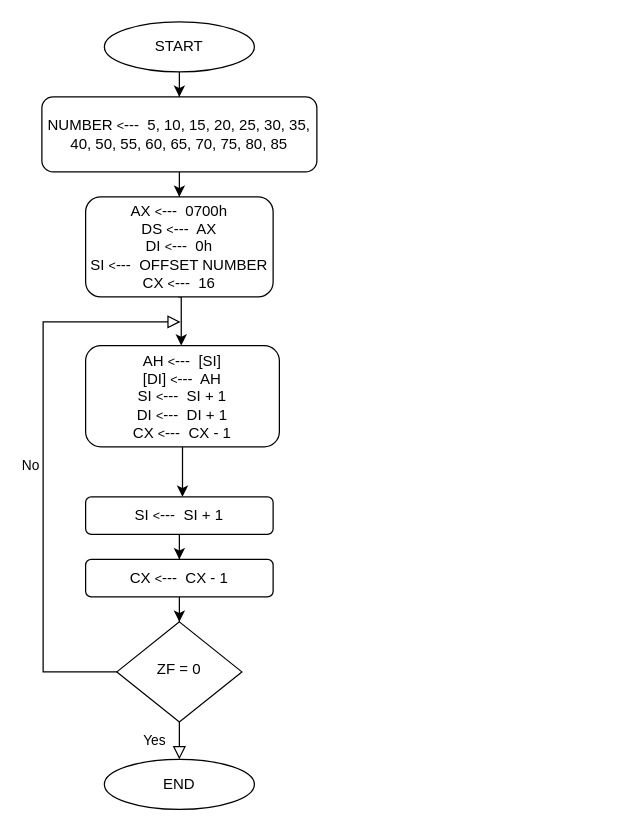
Above: micro4.drawio in mmuurraatt/My-Projects-On-Github (draw.io), before the change. Source tidied: cells renumbered, new cells numbered last; positions are measured from the earlier drawing's top-left corner, leaving out a move shared by most shapes. Both pictures are drawn from the tidied source at 125%, with x=0, y=0 at pixel (41, 21).
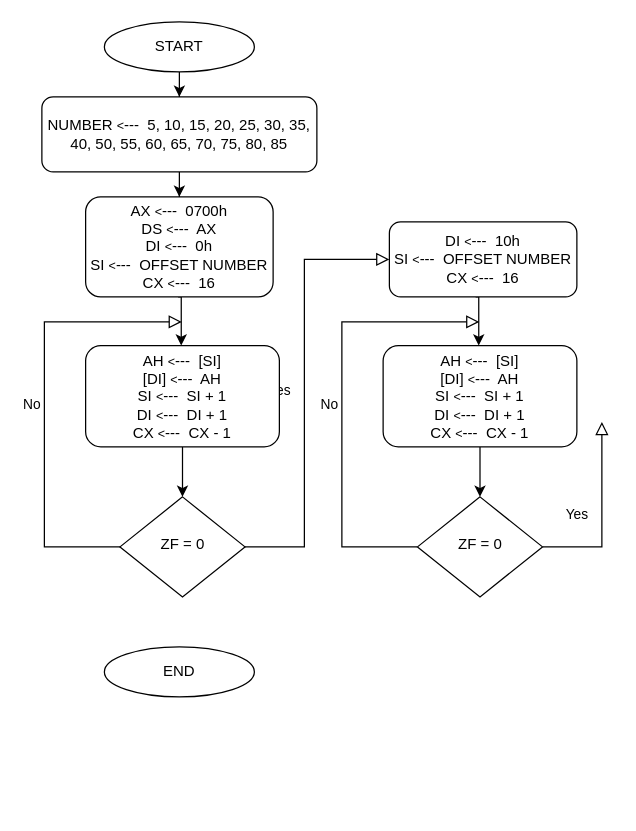
The same page after the edit.

The change refers to these unchanged cells:
```xml
<mxCell id="13" value="AH&amp;nbsp;&lt;font size=&quot;1&quot;&gt;&amp;lt;&lt;/font&gt;---&amp;nbsp; [SI]&lt;br&gt;[DI]&amp;nbsp;&lt;font style=&quot;font-size: 10px&quot;&gt;&amp;lt;&lt;/font&gt;&lt;font style=&quot;font-size: 12px&quot;&gt;---&lt;/font&gt;&amp;nbsp; AH&lt;br&gt;SI&amp;nbsp;&lt;font size=&quot;1&quot;&gt;&amp;lt;&lt;/font&gt;---&amp;nbsp; SI + 1&lt;br&gt;DI&amp;nbsp;&lt;font style=&quot;font-size: 10px&quot;&gt;&amp;lt;&lt;/font&gt;---&amp;nbsp; DI + 1&lt;br&gt;CX&amp;nbsp;&lt;font style=&quot;font-size: 10px&quot;&gt;&amp;lt;&lt;/font&gt;---&amp;nbsp; CX - 1" style="rounded=1;whiteSpace=wrap;html=1;fontSize=12;glass=0;strokeWidth=1;shadow=0;" parent="1" vertex="1">
  <mxGeometry x="35" y="259" width="155" height="81" as="geometry" />
</mxCell>
```

The edit, as a diff of the source:
```diff
@@
-    <mxCell id="4" value="Yes" style="rounded=0;html=1;jettySize=auto;fontSize=11;endArrow=block;endFill=0;endSize=8;strokeWidth=1;shadow=0;labelBackgroundColor=none;edgeStyle=orthogonalEdgeStyle;entryX=0.5;entryY=0;entryDx=0;entryDy=0;" parent="1" edge="1" source="6" target="18">
-      <mxGeometry y="20" relative="1" as="geometry" />
+    <mxCell id="4" value="Yes" style="rounded=0;html=1;jettySize=auto;fontSize=11;endArrow=block;endFill=0;endSize=8;strokeWidth=1;shadow=0;labelBackgroundColor=none;edgeStyle=orthogonalEdgeStyle;entryX=0;entryY=0.5;entryDx=0;entryDy=0;" parent="1" edge="1" source="6" target="20">
+      <mxGeometry y="20" relative="1" as="geometry">
+        <Array as="points">
+          <mxPoint x="210" y="420" />
+          <mxPoint x="210" y="190" />
+        </Array>
+      </mxGeometry>
     </mxCell>
-    <mxCell id="5" value="No" style="edgeStyle=orthogonalEdgeStyle;rounded=0;html=1;jettySize=auto;orthogonalLoop=1;fontSize=11;endArrow=block;endFill=0;endSize=8;strokeWidth=1;shadow=0;labelBackgroundColor=none;" parent="1" edge="1">
+    <mxCell id="5" value="No" style="edgeStyle=orthogonalEdgeStyle;rounded=0;html=1;jettySize=auto;fontSize=11;endArrow=block;endFill=0;endSize=8;strokeWidth=1;shadow=0;labelBackgroundColor=none;exitX=0;exitY=0.5;exitDx=0;exitDy=0;" parent="1" edge="1" source="6">
       <mxGeometry y="10" relative="1" as="geometry">
-        <mxPoint x="61" y="520" as="sourcePoint" />
-        <mxPoint x="111" y="240" as="targetPoint" />
+        <mxPoint x="112" y="240" as="targetPoint" />
         <Array as="points">
-          <mxPoint x="1" y="520" />
-          <mxPoint x="1" y="240" />
+          <mxPoint x="2" y="420" />
+          <mxPoint x="2" y="240" />
         </Array>
       </mxGeometry>
     </mxCell>
     <mxCell id="6" value="ZF = 0" style="rhombus;whiteSpace=wrap;html=1;shadow=0;fontFamily=Helvetica;fontSize=12;align=center;strokeWidth=1;spacing=6;spacingTop=-4;" parent="1" vertex="1">
-      <mxGeometry x="60" y="480" width="100" height="80" as="geometry" />
+      <mxGeometry x="62.5" y="380" width="100" height="80" as="geometry" />
     </mxCell>
@@
-    <mxCell id="12" style="edgeStyle=orthogonalEdgeStyle;rounded=0;jettySize=auto;html=1;fontSize=12;" parent="1" edge="1" source="13" target="17">
+    <mxCell id="12" style="edgeStyle=orthogonalEdgeStyle;rounded=0;jettySize=auto;html=1;fontSize=12;" parent="1" edge="1" source="13">
       <mxGeometry relative="1" as="geometry">
+        <mxPoint x="112.5" y="380" as="targetPoint" />
         <Array as="points">
           <mxPoint x="110" y="340" />
           <mxPoint x="110" y="340" />
         </Array>
       </mxGeometry>
     </mxCell>
@@
-    <mxCell id="14" style="edgeStyle=orthogonalEdgeStyle;rounded=0;jettySize=auto;html=1;fontSize=12;entryX=0.5;entryY=0;entryDx=0;entryDy=0;" parent="1" edge="1" source="15" target="6">
-      <mxGeometry relative="1" as="geometry" />
-    </mxCell>
-    <mxCell id="15" value="CX&amp;nbsp;&lt;font size=&quot;1&quot;&gt;&amp;lt;&lt;/font&gt;---&amp;nbsp; CX - 1" style="rounded=1;whiteSpace=wrap;html=1;fontSize=12;glass=0;strokeWidth=1;shadow=0;" parent="1" vertex="1">
-      <mxGeometry x="35" y="430" width="150" height="30" as="geometry" />
-    </mxCell>
-    <mxCell id="16" style="edgeStyle=orthogonalEdgeStyle;rounded=0;jettySize=auto;html=1;fontSize=12;" parent="1" edge="1" source="17" target="15">
-      <mxGeometry relative="1" as="geometry" />
-    </mxCell>
-    <mxCell id="17" value="SI&amp;nbsp;&lt;font size=&quot;1&quot;&gt;&amp;lt;&lt;/font&gt;---&amp;nbsp; SI + 1" style="rounded=1;whiteSpace=wrap;html=1;fontSize=12;glass=0;strokeWidth=1;shadow=0;" parent="1" vertex="1">
-      <mxGeometry x="35" y="380" width="150" height="30" as="geometry" />
-    </mxCell>
     <mxCell id="18" value="END" style="ellipse;whiteSpace=wrap;html=1;" parent="1" vertex="1">
-      <mxGeometry x="50" y="590" width="120" height="40" as="geometry" />
+      <mxGeometry x="50" y="500" width="120" height="40" as="geometry" />
     </mxCell>
+    <mxCell id="19" style="edgeStyle=orthogonalEdgeStyle;rounded=0;orthogonalLoop=1;jettySize=auto;html=1;fontSize=12;" parent="1" edge="1">
+      <mxGeometry relative="1" as="geometry">
+        <mxPoint x="347" y="220" as="sourcePoint" />
+        <mxPoint x="349.5" y="259" as="targetPoint" />
+      </mxGeometry>
+    </mxCell>
+    <mxCell id="20" value="DI&amp;nbsp;&lt;font size=&quot;1&quot;&gt;&amp;lt;&lt;/font&gt;---&amp;nbsp; 10h&lt;br&gt;SI&amp;nbsp;&lt;font size=&quot;1&quot;&gt;&amp;lt;&lt;/font&gt;---&amp;nbsp; OFFSET NUMBER&lt;br&gt;CX&amp;nbsp;&lt;font size=&quot;1&quot;&gt;&amp;lt;&lt;/font&gt;---&amp;nbsp; 16" style="rounded=1;whiteSpace=wrap;html=1;fontSize=12;glass=0;strokeWidth=1;shadow=0;" parent="1" vertex="1">
+      <mxGeometry x="278" y="160" width="150" height="60" as="geometry" />
+    </mxCell>
+    <mxCell id="21" value="Yes" style="rounded=0;html=1;jettySize=auto;fontSize=11;endArrow=block;endFill=0;endSize=8;strokeWidth=1;shadow=0;labelBackgroundColor=none;edgeStyle=orthogonalEdgeStyle;" parent="1" edge="1" source="23">
+      <mxGeometry y="20" relative="1" as="geometry">
+        <mxPoint x="448" y="320" as="targetPoint" />
+        <Array as="points">
+          <mxPoint x="448" y="420" />
+          <mxPoint x="448" y="390" />
+        </Array>
+      </mxGeometry>
+    </mxCell>
+    <mxCell id="22" value="No" style="edgeStyle=orthogonalEdgeStyle;rounded=0;html=1;jettySize=auto;fontSize=11;endArrow=block;endFill=0;endSize=8;strokeWidth=1;shadow=0;labelBackgroundColor=none;exitX=0;exitY=0.5;exitDx=0;exitDy=0;" parent="1" edge="1" source="23">
+      <mxGeometry y="10" relative="1" as="geometry">
+        <mxPoint x="350" y="240" as="targetPoint" />
+        <Array as="points">
+          <mxPoint x="240" y="420" />
+          <mxPoint x="240" y="240" />
+        </Array>
+      </mxGeometry>
+    </mxCell>
+    <mxCell id="23" value="ZF = 0" style="rhombus;whiteSpace=wrap;html=1;shadow=0;fontFamily=Helvetica;fontSize=12;align=center;strokeWidth=1;spacing=6;spacingTop=-4;" parent="1" vertex="1">
+      <mxGeometry x="300.5" y="380" width="100" height="80" as="geometry" />
+    </mxCell>
+    <mxCell id="24" style="edgeStyle=orthogonalEdgeStyle;rounded=0;orthogonalLoop=1;jettySize=auto;html=1;exitX=0.5;exitY=1;exitDx=0;exitDy=0;fontSize=9;" parent="1" edge="1" source="20" target="20">
+      <mxGeometry relative="1" as="geometry" />
+    </mxCell>
+    <mxCell id="25" style="edgeStyle=orthogonalEdgeStyle;rounded=0;jettySize=auto;html=1;fontSize=12;" parent="1" edge="1" source="26">
+      <mxGeometry relative="1" as="geometry">
+        <mxPoint x="350.5" y="380" as="targetPoint" />
+        <Array as="points">
+          <mxPoint x="348" y="340" />
+          <mxPoint x="348" y="340" />
+        </Array>
+      </mxGeometry>
+    </mxCell>
+    <mxCell id="26" value="AH&amp;nbsp;&lt;font size=&quot;1&quot;&gt;&amp;lt;&lt;/font&gt;---&amp;nbsp; [SI]&lt;br&gt;[DI]&amp;nbsp;&lt;font style=&quot;font-size: 10px&quot;&gt;&amp;lt;&lt;/font&gt;&lt;font style=&quot;font-size: 12px&quot;&gt;---&lt;/font&gt;&amp;nbsp; AH&lt;br&gt;SI&amp;nbsp;&lt;font size=&quot;1&quot;&gt;&amp;lt;&lt;/font&gt;---&amp;nbsp; SI + 1&lt;br&gt;DI&amp;nbsp;&lt;font style=&quot;font-size: 10px&quot;&gt;&amp;lt;&lt;/font&gt;---&amp;nbsp; DI + 1&lt;br&gt;CX&amp;nbsp;&lt;font style=&quot;font-size: 10px&quot;&gt;&amp;lt;&lt;/font&gt;---&amp;nbsp; CX - 1" style="rounded=1;whiteSpace=wrap;html=1;fontSize=12;glass=0;strokeWidth=1;shadow=0;" parent="1" vertex="1">
+      <mxGeometry x="273" y="259" width="155" height="81" as="geometry" />
+    </mxCell>
```
